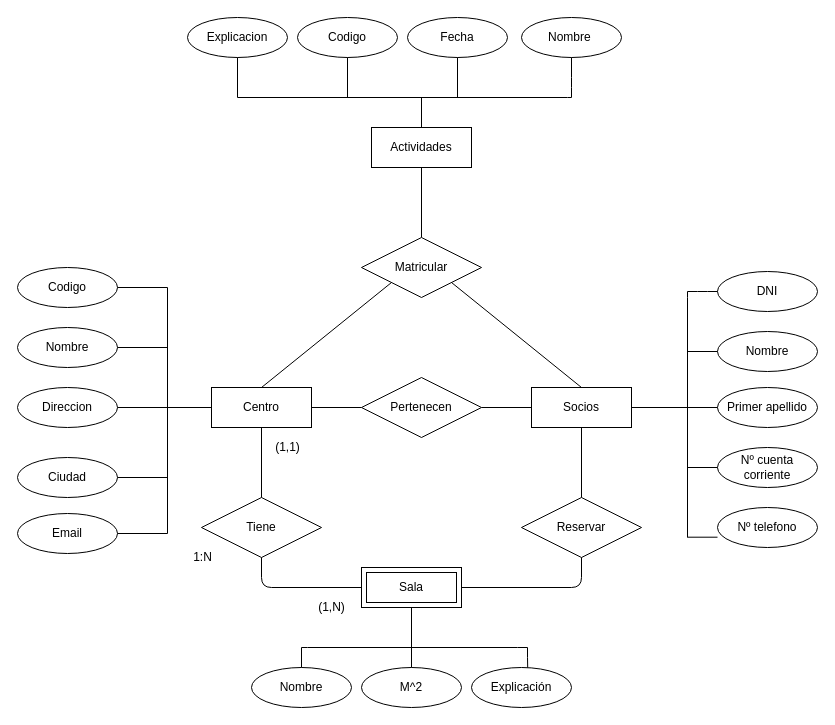
Before: diagrama.drawio in Guzmansrz/lenguajeDeMarcas, a draw.io diagram. Source tidied: cells renumbered, new cells numbered last; positions are measured from the earlier drawing's top-left corner, leaving out a move shared by most shapes. Both pictures are drawn from the tidied source at 100%, with x=0, y=0 at pixel (17, 17).
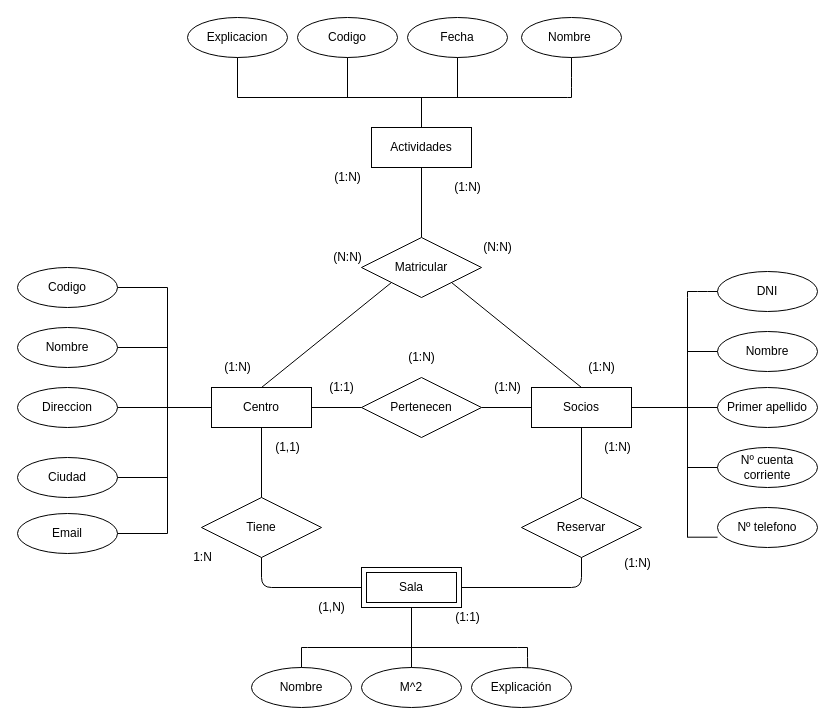
The same diagram, later.

The edit, as a diff of the source:
```diff
@@
+    <mxCell id="62" value="(1:1)" style="text;html=1;align=center;verticalAlign=middle;strokeColor=none;" parent="1" vertex="1">
+      <mxGeometry x="304" y="360" width="40" height="20" as="geometry" />
+    </mxCell>
+    <mxCell id="63" value="(1:N)" style="text;html=1;align=center;verticalAlign=middle;strokeColor=none;" parent="1" vertex="1">
+      <mxGeometry x="470" y="360" width="40" height="20" as="geometry" />
+    </mxCell>
+    <mxCell id="64" value="(1:N)" style="text;html=1;align=center;verticalAlign=middle;strokeColor=none;" parent="1" vertex="1">
+      <mxGeometry x="384" y="330" width="40" height="20" as="geometry" />
+    </mxCell>
+    <mxCell id="65" value="(1:N)" style="text;html=1;align=center;verticalAlign=middle;strokeColor=none;" parent="1" vertex="1">
+      <mxGeometry x="564" y="340" width="40" height="20" as="geometry" />
+    </mxCell>
+    <mxCell id="66" value="(N:N)" style="text;html=1;align=center;verticalAlign=middle;strokeColor=none;" parent="1" vertex="1">
+      <mxGeometry x="460" y="220" width="40" height="20" as="geometry" />
+    </mxCell>
+    <mxCell id="67" value="(1:N)" style="text;html=1;align=center;verticalAlign=middle;strokeColor=none;" parent="1" vertex="1">
+      <mxGeometry x="430" y="160" width="40" height="20" as="geometry" />
+    </mxCell>
+    <mxCell id="68" value="(1:N)" style="text;html=1;align=center;verticalAlign=middle;strokeColor=none;" parent="1" vertex="1">
+      <mxGeometry x="200" y="340" width="40" height="20" as="geometry" />
+    </mxCell>
+    <mxCell id="69" value="(N:N)" style="text;html=1;align=center;verticalAlign=middle;strokeColor=none;" parent="1" vertex="1">
+      <mxGeometry x="310" y="230" width="40" height="20" as="geometry" />
+    </mxCell>
+    <mxCell id="70" value="(1:N)" style="text;html=1;align=center;verticalAlign=middle;strokeColor=none;" parent="1" vertex="1">
+      <mxGeometry x="310" y="150" width="40" height="20" as="geometry" />
+    </mxCell>
+    <mxCell id="71" value="(1:N)" style="text;html=1;align=center;verticalAlign=middle;strokeColor=none;" parent="1" vertex="1">
+      <mxGeometry x="580" y="420" width="40" height="20" as="geometry" />
+    </mxCell>
+    <mxCell id="72" value="(1:N)" style="text;html=1;align=center;verticalAlign=middle;strokeColor=none;" parent="1" vertex="1">
+      <mxGeometry x="600" y="536" width="40" height="20" as="geometry" />
+    </mxCell>
+    <mxCell id="73" value="(1:1)" style="text;html=1;align=center;verticalAlign=middle;strokeColor=none;" parent="1" vertex="1">
+      <mxGeometry x="430" y="590" width="40" height="20" as="geometry" />
+    </mxCell>
```
